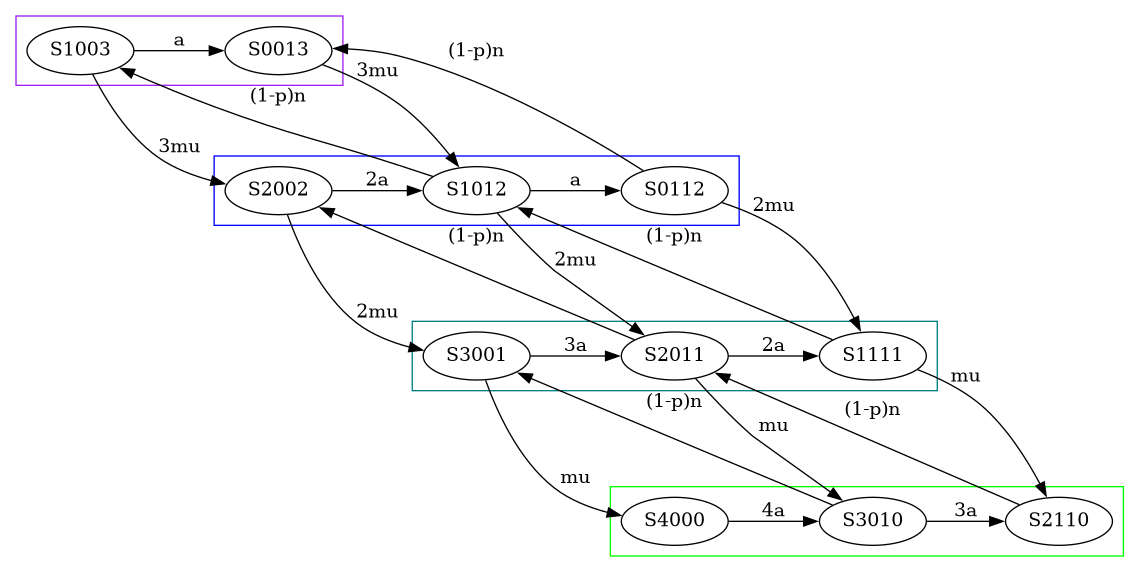
Above: Lab6/State_graph.png in DeadlySquad13/t4-2-PerformanceAnalysis__Labs (Graphviz), before the change. Its source is kept beside it as Lab6/State_graph.dot. Its diagram source:
```dot
digraph G {
    rankdir="LR"

    S4000 -> S3010 [label="4a"]
    S3010 -> S2110 [label="3a"]

    S3010 -> S3001 [label="(1-p)n"]
    S0112 -> S0013 [label="(1-p)n"]

    S3001 -> S2011 [label="3a"]
    S2011 -> S1111 [label="2a"]

    S1111 -> S1012 [label="(1-p)n"]

    S2110 -> S2011 [label="(1-p)n"]
    S2011 -> S2002 [label="(1-p)n"]

    S3001 -> S4000 [label="mu"]
    S2011 -> S3010 [label="mu"]
    S1111 -> S2110 [label="mu"]

    S2002 -> S1012 [label="2a"]
    S1012 -> S0112 [label="a"]

    S1012 -> S1003 [label="(1-p)n"]

    S2002 -> S3001 [label="2mu"]
    S1012 -> S2011 [label="2mu"]
    S0112 -> S1111 [label="2mu"]

    S1003 -> S0013 [label="a"]

    S1003 -> S2002 [label="3mu"]
    S0013 -> S1012 [label="3mu"]

    subgraph cluster_A {
        color=green
        S4000, S3010, S2110
    }

    subgraph cluster_B {
        color=teal
        S3001, S2011, S1111
    }

    subgraph cluster_C {
        color=blue
        S2002, S1012, S0112
    }

    subgraph cluster_D {
        color=purple
        S1003, S0013
    }
}
```
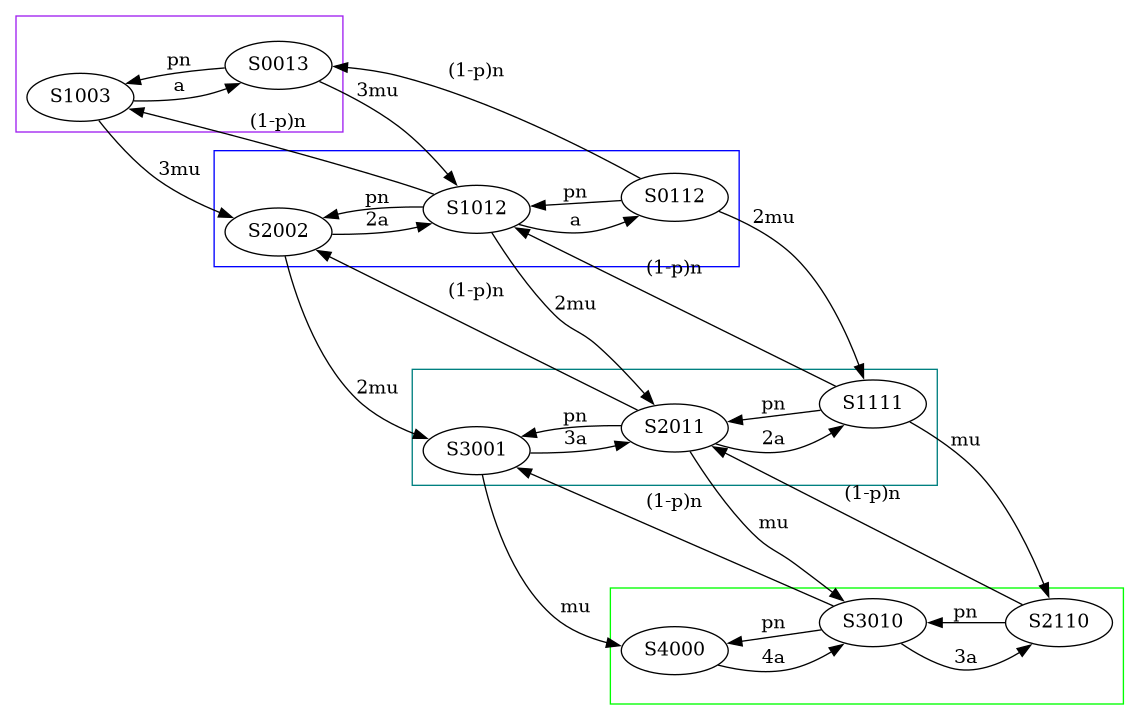
After the commit.

Diff of the diagram source:
```diff
@@ -4,11 +4,18 @@
     S4000 -> S3010 [label="4a"]
     S3010 -> S2110 [label="3a"]
 
+    S3010 -> S4000 [label="pn"]
+    S2110 -> S3010 [label="pn"]
+
+
     S3010 -> S3001 [label="(1-p)n"]
     S0112 -> S0013 [label="(1-p)n"]
 
     S3001 -> S2011 [label="3a"]
     S2011 -> S1111 [label="2a"]
+
+    S2011 -> S3001 [label="pn"]
+    S1111 -> S2011 [label="pn"]
 
     S1111 -> S1012 [label="(1-p)n"]
 
@@ -22,6 +29,9 @@
     S2002 -> S1012 [label="2a"]
     S1012 -> S0112 [label="a"]
 
+    S2002 -> S1012 [label="pn" dir=back]
+    S1012 -> S0112 [label="pn" dir=back]
+
     S1012 -> S1003 [label="(1-p)n"]
 
     S2002 -> S3001 [label="2mu"]
@@ -29,6 +39,8 @@
     S0112 -> S1111 [label="2mu"]
 
     S1003 -> S0013 [label="a"]
+
+    S1003 -> S0013 [label="pn" dir=back]
 
     S1003 -> S2002 [label="3mu"]
     S0013 -> S1012 [label="3mu"]
```
